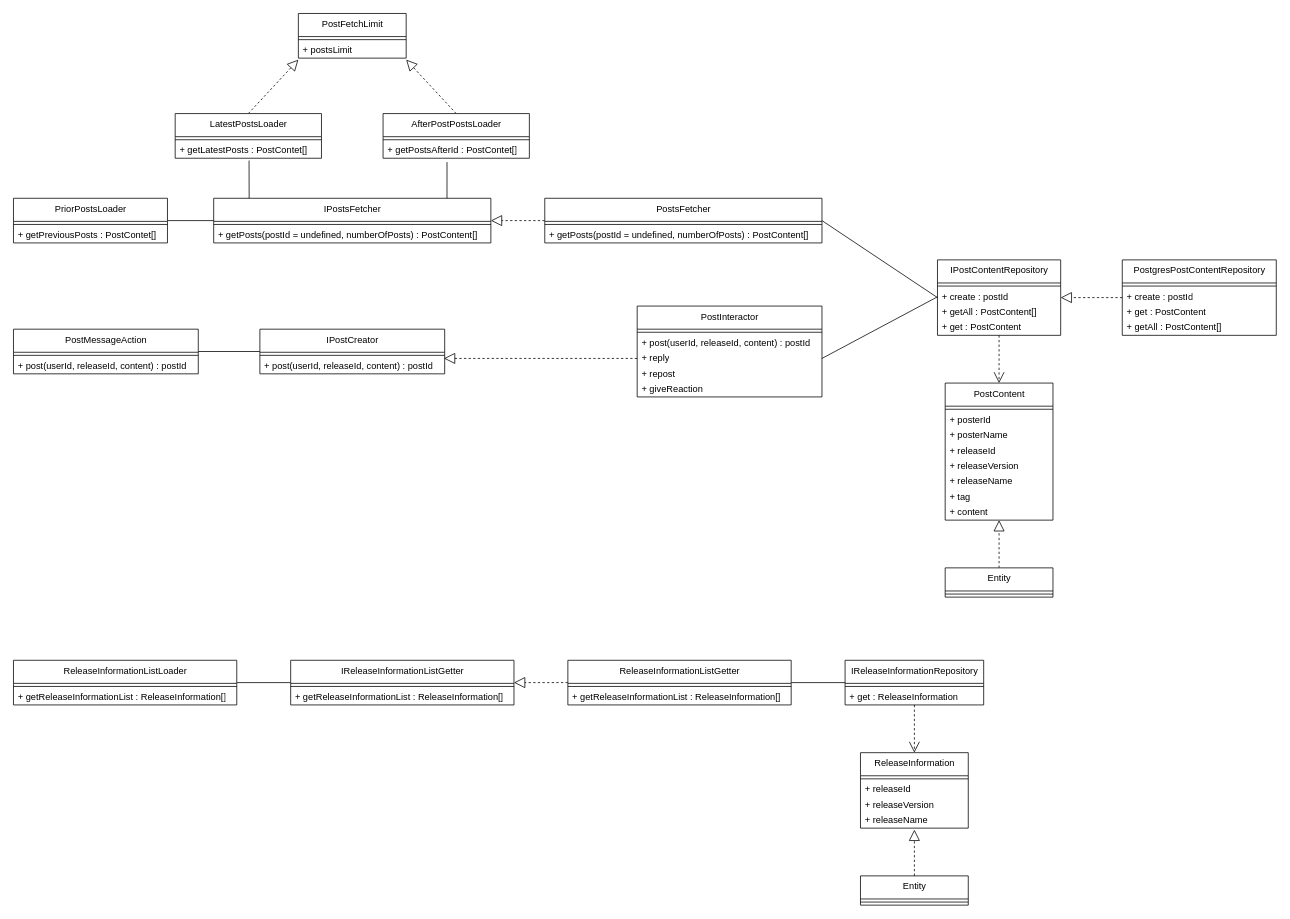
This is page "PostModule" (7 of 7) of project-designs/class-diagrams/ff14-sns.drawio from Mouwf/FF14SNS, a draw.io file, before an edit. Source tidied: cells renumbered, new cells numbered last; positions are measured from the earlier drawing's top-left corner, leaving out a move shared by most shapes. Both pictures are drawn from the tidied source at 77%, with x=0, y=0 at pixel (13, 13).
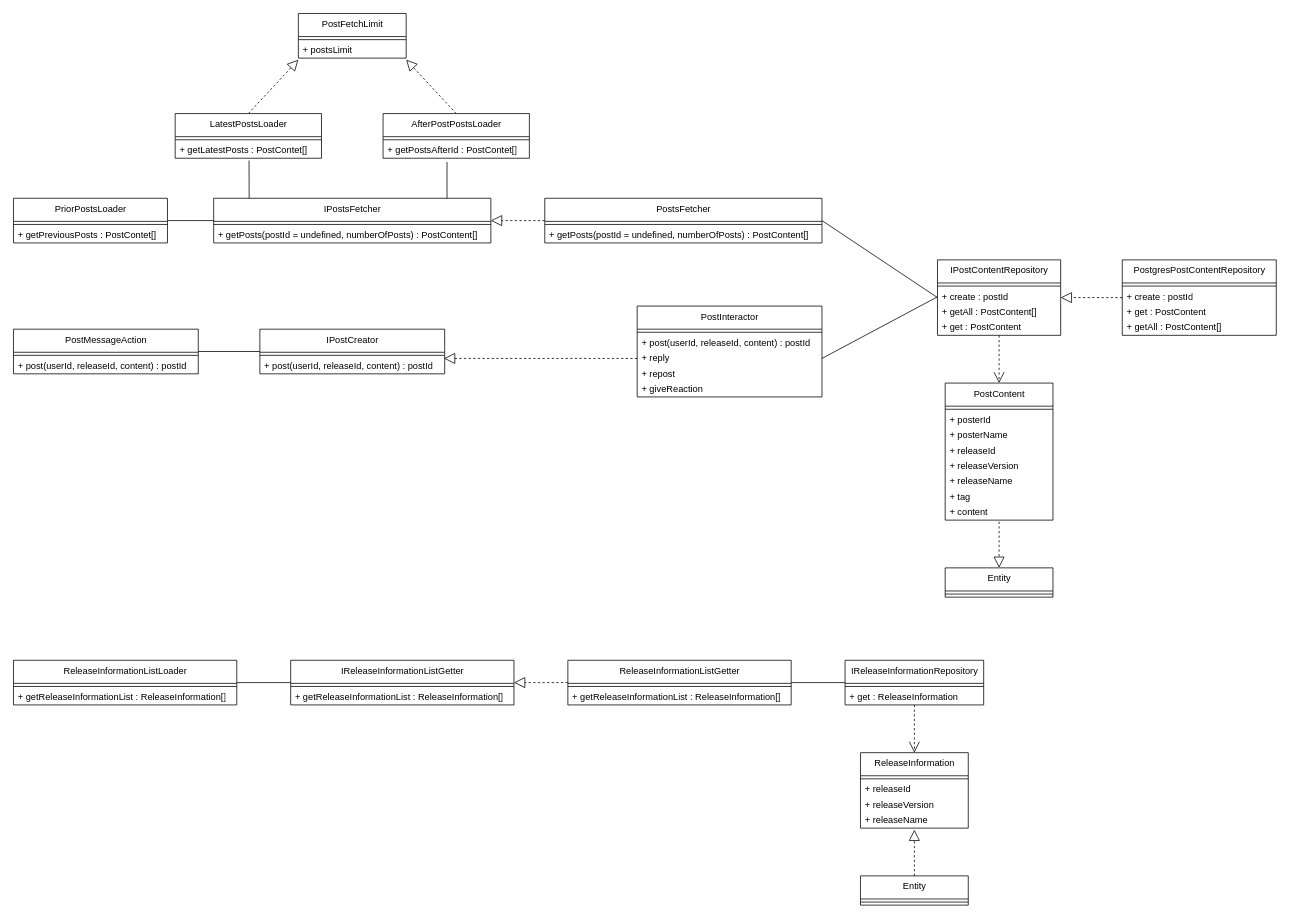
After the change.

The change refers to these unchanged cells:
```xml
<mxCell id="34" value="+&amp;nbsp;content" style="text;html=1;strokeColor=none;fillColor=none;align=left;verticalAlign=middle;spacingLeft=4;spacingRight=4;overflow=hidden;points=[[0,0.5],[1,0.5]];portConstraint=eastwest;" parent="26" vertex="1">
  <mxGeometry y="158" width="140" height="20" as="geometry" />
</mxCell>
<mxCell id="36" value="Entity" style="swimlane;fontStyle=0;align=center;verticalAlign=top;horizontal=1;startSize=30;html=1;" parent="1" vertex="1">
  <mxGeometry x="1210" y="720" width="140" height="38" as="geometry" />
</mxCell>
```

Change to the diagram source:
```diff
@@
-    <mxCell id="35" style="edgeStyle=none;html=1;exitX=0.5;exitY=0;exitDx=0;exitDy=0;endArrow=block;endFill=0;endSize=12;dashed=1;" parent="1" edge="1" source="36" target="34">
-      <mxGeometry relative="1" as="geometry" />
-    </mxCell>
@@
+    <mxCell id="90" style="edgeStyle=none;html=1;exitX=0.5;exitY=1.1;exitDx=0;exitDy=0;entryX=0.5;entryY=0;entryDx=0;entryDy=0;dashed=1;endArrow=block;endFill=0;endSize=12;exitPerimeter=0;" parent="1" edge="1" source="34" target="36">
+      <mxGeometry relative="1" as="geometry" />
+    </mxCell>
```
